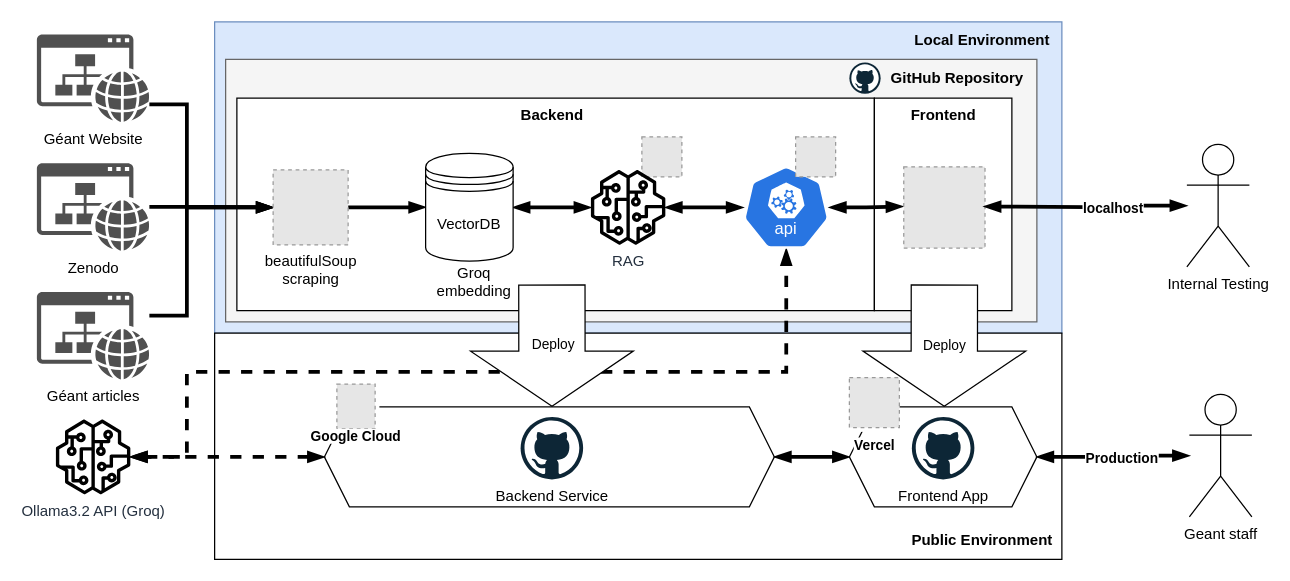
Before: assets/architecture.drawio in maxiwilke/geant-rag, a draw.io diagram. Source tidied: cells renumbered, new cells numbered last; positions are measured from the earlier drawing's top-left corner, leaving out a move shared by most shapes. Both pictures are drawn from the tidied source at 125%, with x=0, y=0 at pixel (36, 21). Pictures stored in the file or linked from it are replaced by grey dashed boxes.
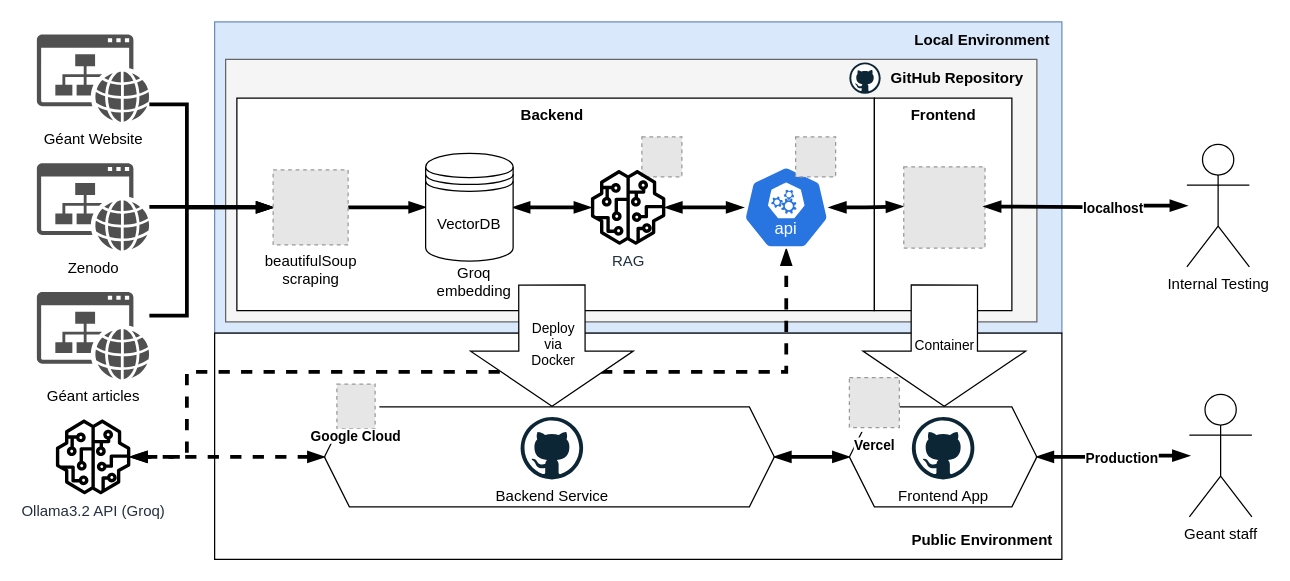
The same page after the edit.

Unchanged cells that the change refers to:
```xml
<mxCell id="33" style="shape=flexArrow;endArrow=classic;html=1;rounded=0;endWidth=76.15384615384615;endSize=14.373913043478263;width=53.04347826086957;fillColor=default;entryX=0.5;entryY=0;entryDx=0;entryDy=0;" parent="1" edge="1">
  <mxGeometry relative="1" as="geometry">
    <mxPoint x="726" y="210" as="sourcePoint" />
    <mxPoint x="725.9" y="308" as="targetPoint" />
  </mxGeometry>
</mxCell>
<mxCell id="42" style="shape=flexArrow;endArrow=classic;html=1;rounded=0;endWidth=76.15384615384615;endSize=14.373913043478263;width=53.04347826086957;fillColor=default;entryX=0.5;entryY=0;entryDx=0;entryDy=0;" parent="1" edge="1">
  <mxGeometry relative="1" as="geometry">
    <mxPoint x="412" y="210" as="sourcePoint" />
    <mxPoint x="412.1" y="308" as="targetPoint" />
  </mxGeometry>
</mxCell>
```

Change to the diagram source:
```diff
@@
-    <mxCell id="34" value="&lt;span style=&quot;text-align: left;&quot;&gt;Deploy&lt;/span&gt;" style="edgeLabel;html=1;align=center;verticalAlign=middle;" parent="33" vertex="1">
+    <mxCell id="34" value="&lt;span style=&quot;text-align: left;&quot;&gt;Container&lt;/span&gt;" style="edgeLabel;html=1;align=center;verticalAlign=middle;" parent="33" vertex="1">
       <mxGeometry x="-0.03" y="9" relative="1" as="geometry">
         <mxPoint x="-9" as="offset" />
       </mxGeometry>
     </mxCell>
@@
-    <mxCell id="43" value="&lt;span style=&quot;text-align: left;&quot;&gt;Deploy&lt;/span&gt;" style="edgeLabel;html=1;align=center;verticalAlign=middle;" parent="42" vertex="1">
+    <mxCell id="43" value="&lt;div&gt;&lt;span style=&quot;text-align: left;&quot;&gt;Deploy&lt;/span&gt;&lt;/div&gt;&lt;div&gt;&lt;span style=&quot;text-align: left;&quot;&gt;via&lt;/span&gt;&lt;/div&gt;&lt;div&gt;&lt;span style=&quot;text-align: left;&quot;&gt;Docker&lt;/span&gt;&lt;span style=&quot;text-align: left;&quot;&gt;&lt;/span&gt;&lt;/div&gt;" style="edgeLabel;html=1;align=center;verticalAlign=middle;" parent="42" vertex="1">
       <mxGeometry x="-0.03" y="9" relative="1" as="geometry">
         <mxPoint x="-9" as="offset" />
       </mxGeometry>
     </mxCell>
```
